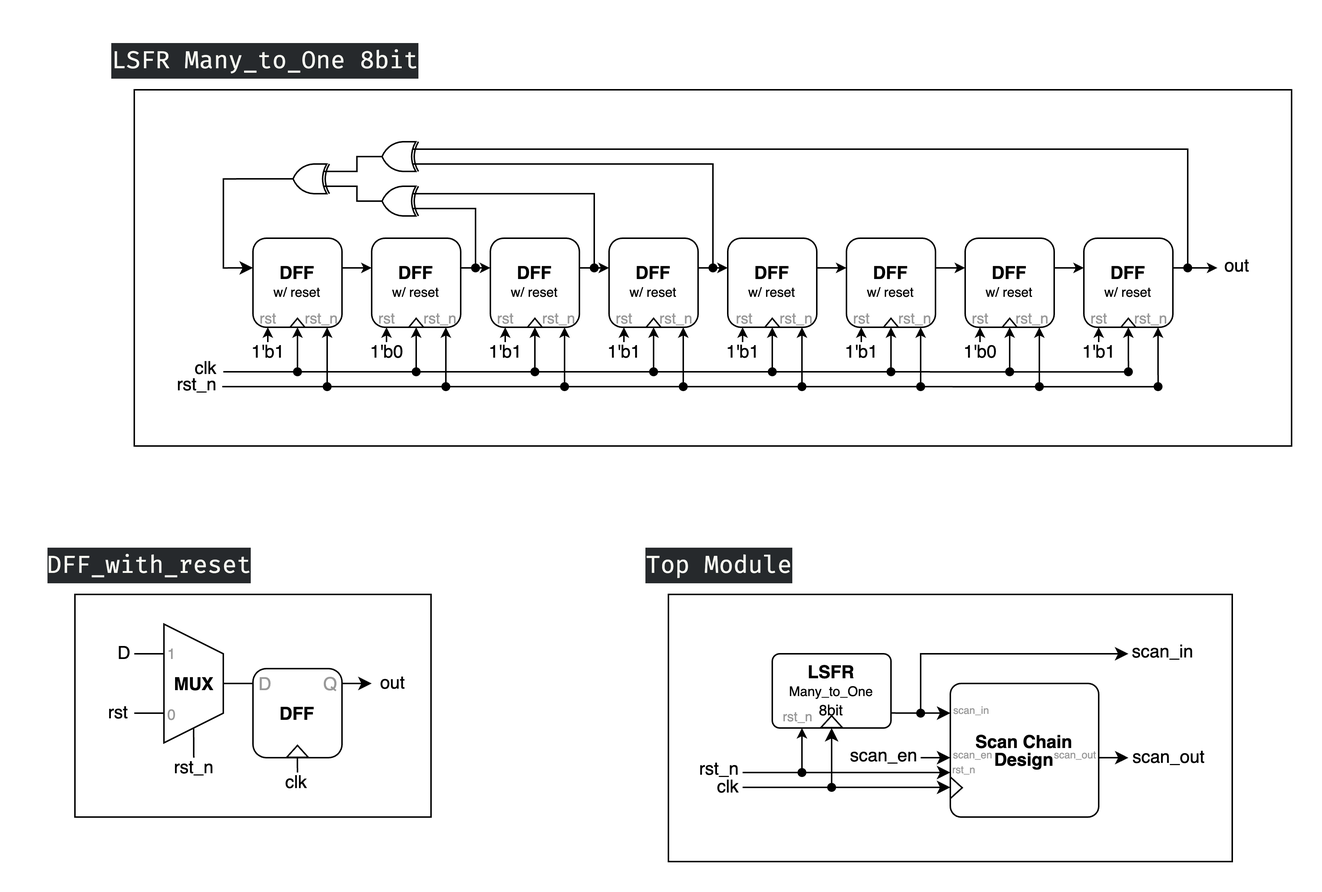
Before: roger/Lab4/Circuit Diagram/a3.png, a diagram exported from draw.io (rogerfan48/Course-Soph1-HDL). Source tidied: cells renumbered, new cells last; positions are measured from the earlier drawing's top-left corner, leaving out a move shared by most shapes.
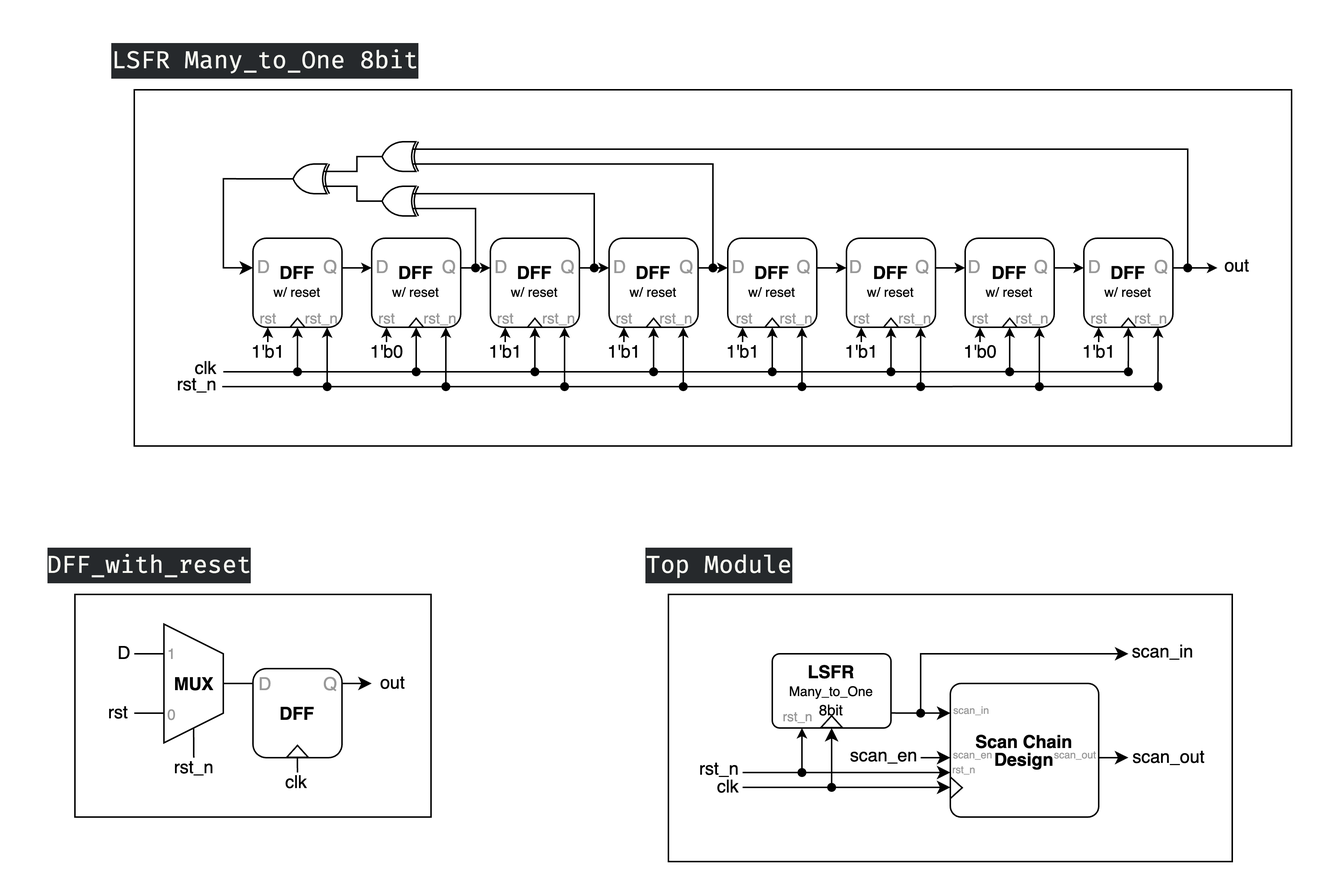
The same diagram one commit later.

Change to the diagram source:
```diff
@@ -635,5 +635,53 @@
     <mxCell id="156" value="scan_in" style="text;html=1;align=center;verticalAlign=middle;strokeColor=none;fillColor=none;fontColor=#999999;fontSize=7;" parent="1" vertex="1">
       <mxGeometry x="609" y="449" width="50" height="20" as="geometry" />
     </mxCell>
+    <mxCell id="157" value="D" style="text;html=1;align=center;verticalAlign=middle;strokeColor=none;fillColor=none;fontColor=#999999;" parent="1" vertex="1">
+      <mxGeometry x="142" y="145" width="30" height="30" as="geometry" />
+    </mxCell>
+    <mxCell id="158" value="Q" style="text;html=1;align=center;verticalAlign=middle;strokeColor=none;fillColor=none;fontColor=#999999;" parent="1" vertex="1">
+      <mxGeometry x="187" y="145" width="30" height="30" as="geometry" />
+    </mxCell>
+    <mxCell id="159" value="D" style="text;html=1;align=center;verticalAlign=middle;strokeColor=none;fillColor=none;fontColor=#999999;" parent="1" vertex="1">
+      <mxGeometry x="221.5" y="145" width="30" height="30" as="geometry" />
+    </mxCell>
+    <mxCell id="160" value="Q" style="text;html=1;align=center;verticalAlign=middle;strokeColor=none;fillColor=none;fontColor=#999999;" parent="1" vertex="1">
+      <mxGeometry x="266.5" y="145" width="30" height="30" as="geometry" />
+    </mxCell>
+    <mxCell id="161" value="D" style="text;html=1;align=center;verticalAlign=middle;strokeColor=none;fillColor=none;fontColor=#999999;" parent="1" vertex="1">
+      <mxGeometry x="302" y="145" width="30" height="30" as="geometry" />
+    </mxCell>
+    <mxCell id="162" value="Q" style="text;html=1;align=center;verticalAlign=middle;strokeColor=none;fillColor=none;fontColor=#999999;" parent="1" vertex="1">
+      <mxGeometry x="347" y="145" width="30" height="30" as="geometry" />
+    </mxCell>
+    <mxCell id="163" value="D" style="text;html=1;align=center;verticalAlign=middle;strokeColor=none;fillColor=none;fontColor=#999999;" parent="1" vertex="1">
+      <mxGeometry x="381.5" y="145" width="30" height="30" as="geometry" />
+    </mxCell>
+    <mxCell id="164" value="Q" style="text;html=1;align=center;verticalAlign=middle;strokeColor=none;fillColor=none;fontColor=#999999;" parent="1" vertex="1">
+      <mxGeometry x="426.5" y="145" width="30" height="30" as="geometry" />
+    </mxCell>
+    <mxCell id="165" value="D" style="text;html=1;align=center;verticalAlign=middle;strokeColor=none;fillColor=none;fontColor=#999999;" parent="1" vertex="1">
+      <mxGeometry x="461.5" y="145" width="30" height="30" as="geometry" />
+    </mxCell>
+    <mxCell id="166" value="Q" style="text;html=1;align=center;verticalAlign=middle;strokeColor=none;fillColor=none;fontColor=#999999;" parent="1" vertex="1">
+      <mxGeometry x="506.5" y="145" width="30" height="30" as="geometry" />
+    </mxCell>
+    <mxCell id="167" value="D" style="text;html=1;align=center;verticalAlign=middle;strokeColor=none;fillColor=none;fontColor=#999999;" parent="1" vertex="1">
+      <mxGeometry x="541" y="145" width="30" height="30" as="geometry" />
+    </mxCell>
+    <mxCell id="168" value="Q" style="text;html=1;align=center;verticalAlign=middle;strokeColor=none;fillColor=none;fontColor=#999999;" parent="1" vertex="1">
+      <mxGeometry x="586" y="145" width="30" height="30" as="geometry" />
+    </mxCell>
+    <mxCell id="169" value="D" style="text;html=1;align=center;verticalAlign=middle;strokeColor=none;fillColor=none;fontColor=#999999;" parent="1" vertex="1">
+      <mxGeometry x="621.5" y="145" width="30" height="30" as="geometry" />
+    </mxCell>
+    <mxCell id="170" value="Q" style="text;html=1;align=center;verticalAlign=middle;strokeColor=none;fillColor=none;fontColor=#999999;" parent="1" vertex="1">
+      <mxGeometry x="666.5" y="145" width="30" height="30" as="geometry" />
+    </mxCell>
+    <mxCell id="171" value="D" style="text;html=1;align=center;verticalAlign=middle;strokeColor=none;fillColor=none;fontColor=#999999;" parent="1" vertex="1">
+      <mxGeometry x="702" y="145" width="30" height="30" as="geometry" />
+    </mxCell>
+    <mxCell id="172" value="Q" style="text;html=1;align=center;verticalAlign=middle;strokeColor=none;fillColor=none;fontColor=#999999;" parent="1" vertex="1">
+      <mxGeometry x="747" y="145" width="30" height="30" as="geometry" />
+    </mxCell>
   </root>
 </mxGraphModel>
```
